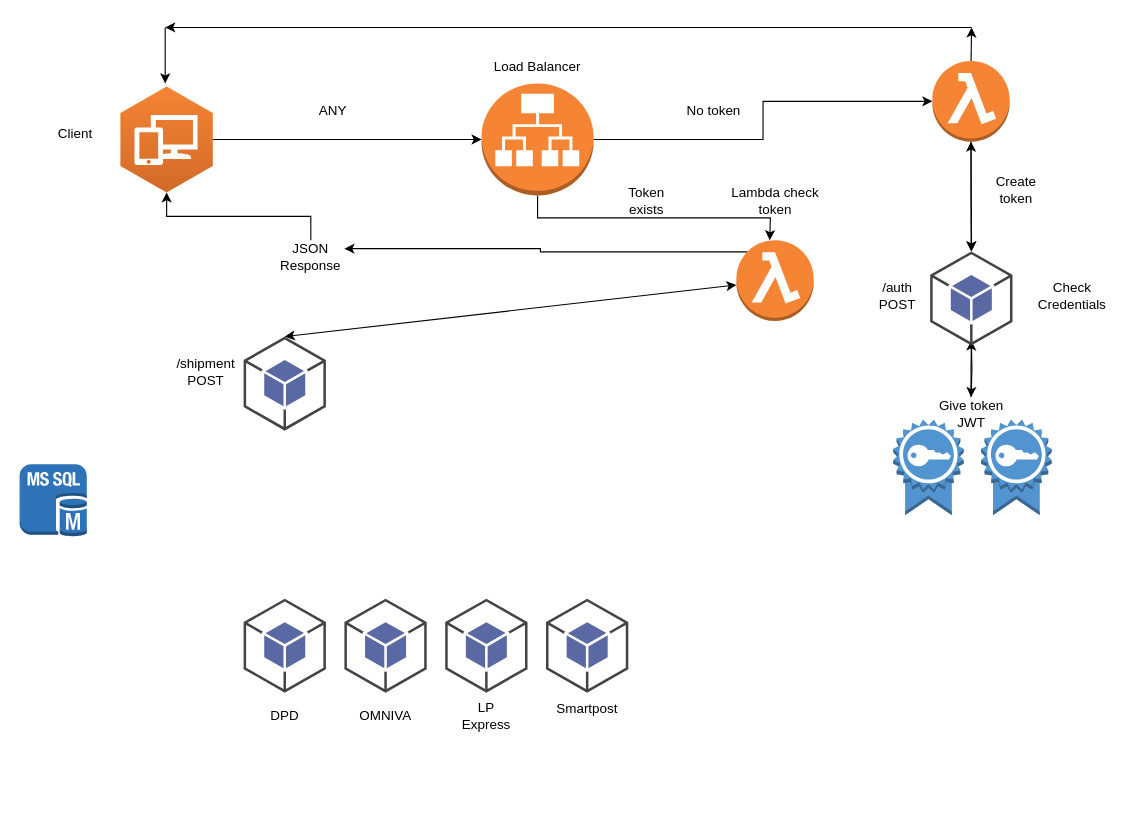
Above: Диаграмма без названия.drawio in aNereds/tictactoe (draw.io), before the change. Source tidied: cells renumbered, new cells numbered last; positions are measured from the earlier drawing's top-left corner, leaving out a move shared by most shapes. Both pictures are drawn from the tidied source at 112%, with x=0, y=0 at pixel (19, 27).
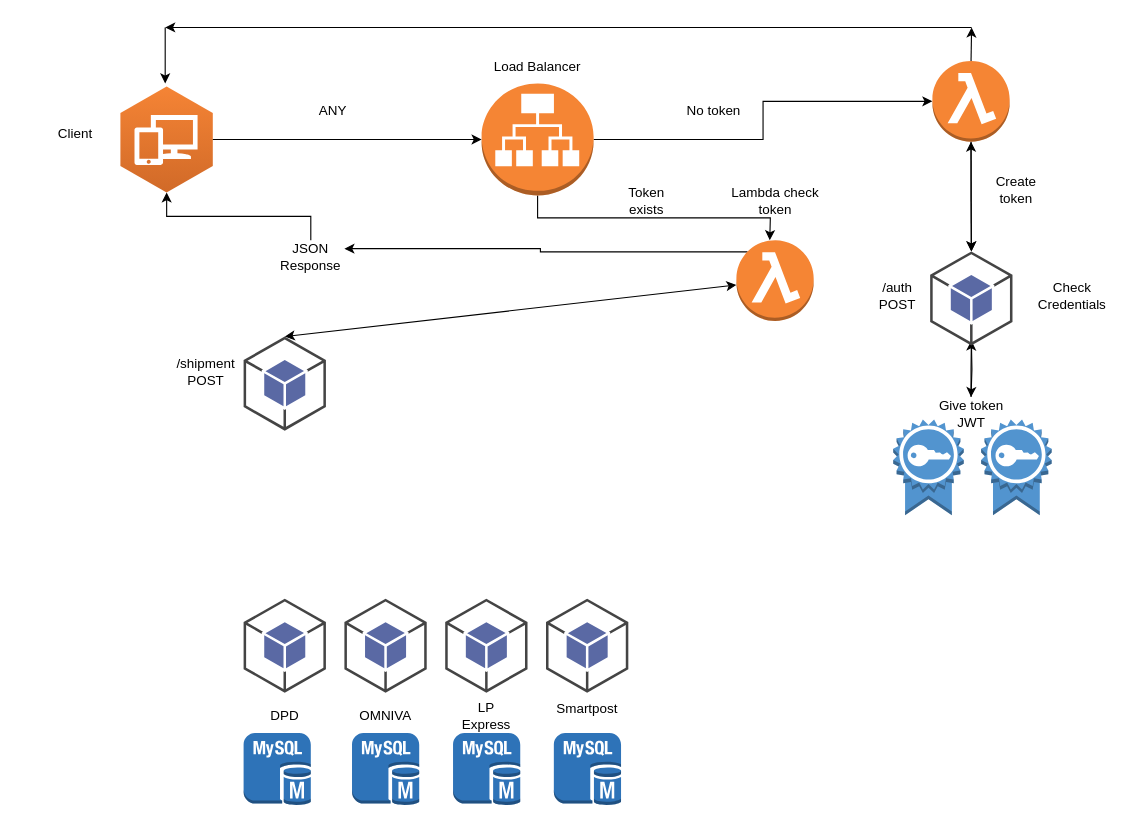
After the change.

What changed in the source:
```diff
@@
-    <mxCell id="41" style="dashed=0;verticalLabelPosition=bottom;verticalAlign=top;align=center;html=1;shape=mxgraph.aws3.ms_sql_instance;fillColor=#2E73B8;gradientColor=none;" parent="1" vertex="1">
-      <mxGeometry y="390" width="60" height="64.5" as="geometry" />
-    </mxCell>
@@
+    <mxCell id="45" style="dashed=0;verticalLabelPosition=bottom;verticalAlign=top;align=center;html=1;shape=mxgraph.aws3.mysql_db_instance;fillColor=#2E73B8;gradientColor=none;" parent="1" vertex="1">
+      <mxGeometry x="200" y="630" width="60" height="64.5" as="geometry" />
+    </mxCell>
+    <mxCell id="46" style="dashed=0;verticalLabelPosition=bottom;verticalAlign=top;align=center;html=1;shape=mxgraph.aws3.mysql_db_instance;fillColor=#2E73B8;gradientColor=none;" parent="1" vertex="1">
+      <mxGeometry x="296.8" y="630" width="60" height="64.5" as="geometry" />
+    </mxCell>
+    <mxCell id="47" style="dashed=0;verticalLabelPosition=bottom;verticalAlign=top;align=center;html=1;shape=mxgraph.aws3.mysql_db_instance;fillColor=#2E73B8;gradientColor=none;" parent="1" vertex="1">
+      <mxGeometry x="387" y="630" width="60" height="64.5" as="geometry" />
+    </mxCell>
+    <mxCell id="48" style="dashed=0;verticalLabelPosition=bottom;verticalAlign=top;align=center;html=1;shape=mxgraph.aws3.mysql_db_instance;fillColor=#2E73B8;gradientColor=none;" parent="1" vertex="1">
+      <mxGeometry x="477" y="630" width="60" height="64.5" as="geometry" />
+    </mxCell>
```
